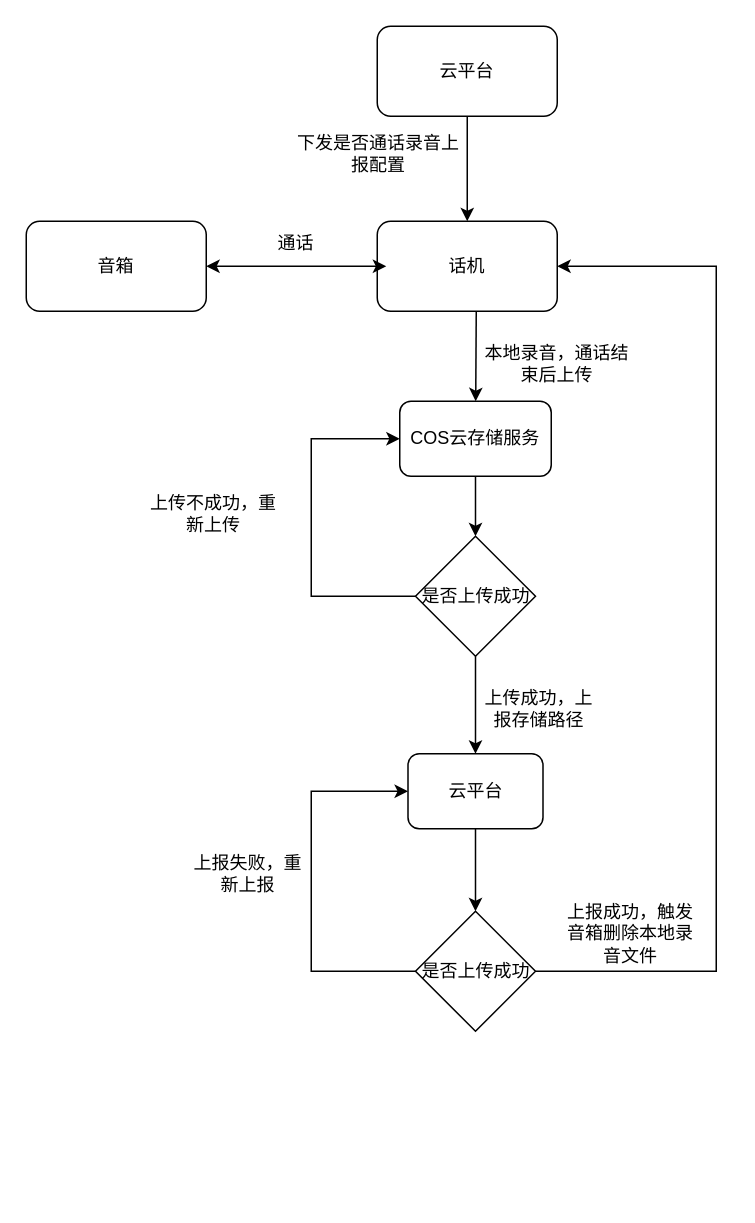
The draw.io diagram xzzh/话机上报通话.drawio in daniel-7d/draw, before the edit. Source tidied: cells renumbered, new cells numbered last; positions are measured from the earlier drawing's top-left corner, leaving out a move shared by most shapes. Both pictures are drawn from the tidied source at 150%, with x=0, y=0 at pixel (26, 26).
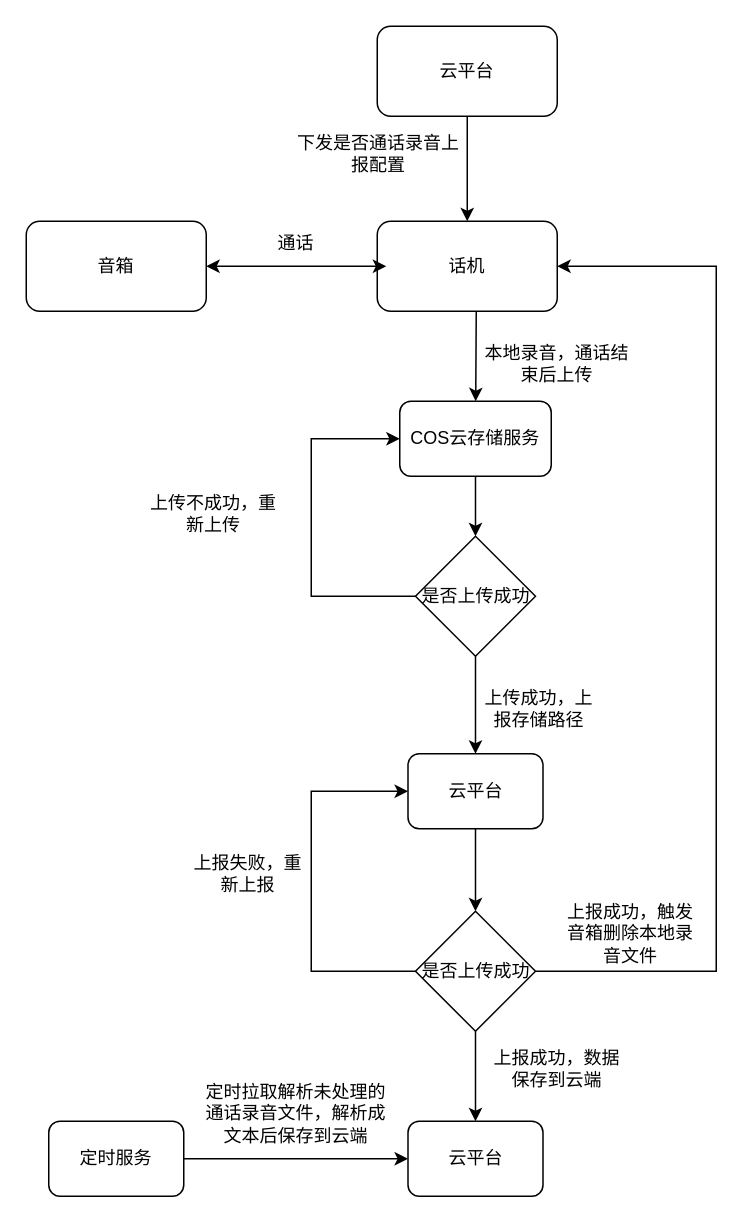
After the change.

Commit message (it also covers changes not shown here):
更新话机上报通话.drawio

The change refers to these unchanged cells:
```xml
<mxCell id="22" value="是否上传成功" style="rhombus;whiteSpace=wrap;html=1;" parent="1" vertex="1">
  <mxGeometry x="259.5" y="590" width="80" height="80" as="geometry" />
</mxCell>
```

What changed in the source:
```diff
@@
+    <mxCell id="25" style="edgeStyle=orthogonalEdgeStyle;rounded=0;jettySize=auto;html=1;exitX=0.5;exitY=1;exitDx=0;exitDy=0;entryX=0.5;entryY=0;entryDx=0;entryDy=0;" parent="1" edge="1" source="22" target="26">
+      <mxGeometry relative="1" as="geometry" />
+    </mxCell>
@@
+    <mxCell id="26" value="云平台" style="rounded=1;whiteSpace=wrap;html=1;" parent="1" vertex="1">
+      <mxGeometry x="254.5" y="730" width="90" height="50" as="geometry" />
+    </mxCell>
+    <mxCell id="27" value="上报成功，数据保存到云端" style="text;html=1;strokeColor=none;fillColor=none;align=center;verticalAlign=middle;whiteSpace=wrap;rounded=0;" parent="1" vertex="1">
+      <mxGeometry x="311" y="680" width="86" height="30" as="geometry" />
+    </mxCell>
+    <mxCell id="28" style="edgeStyle=orthogonalEdgeStyle;rounded=0;jettySize=auto;html=1;exitX=1;exitY=0.5;exitDx=0;exitDy=0;" parent="1" edge="1" source="29" target="26">
+      <mxGeometry relative="1" as="geometry" />
+    </mxCell>
+    <mxCell id="29" value="定时服务" style="rounded=1;whiteSpace=wrap;html=1;" parent="1" vertex="1">
+      <mxGeometry x="15" y="730" width="90" height="50" as="geometry" />
+    </mxCell>
+    <mxCell id="30" value="定时拉取解析未处理的通话录音文件，解析成文本后保存到云端" style="text;html=1;strokeColor=none;fillColor=none;align=center;verticalAlign=middle;whiteSpace=wrap;rounded=0;" parent="1" vertex="1">
+      <mxGeometry x="115" y="710" width="130" height="30" as="geometry" />
+    </mxCell>
```
